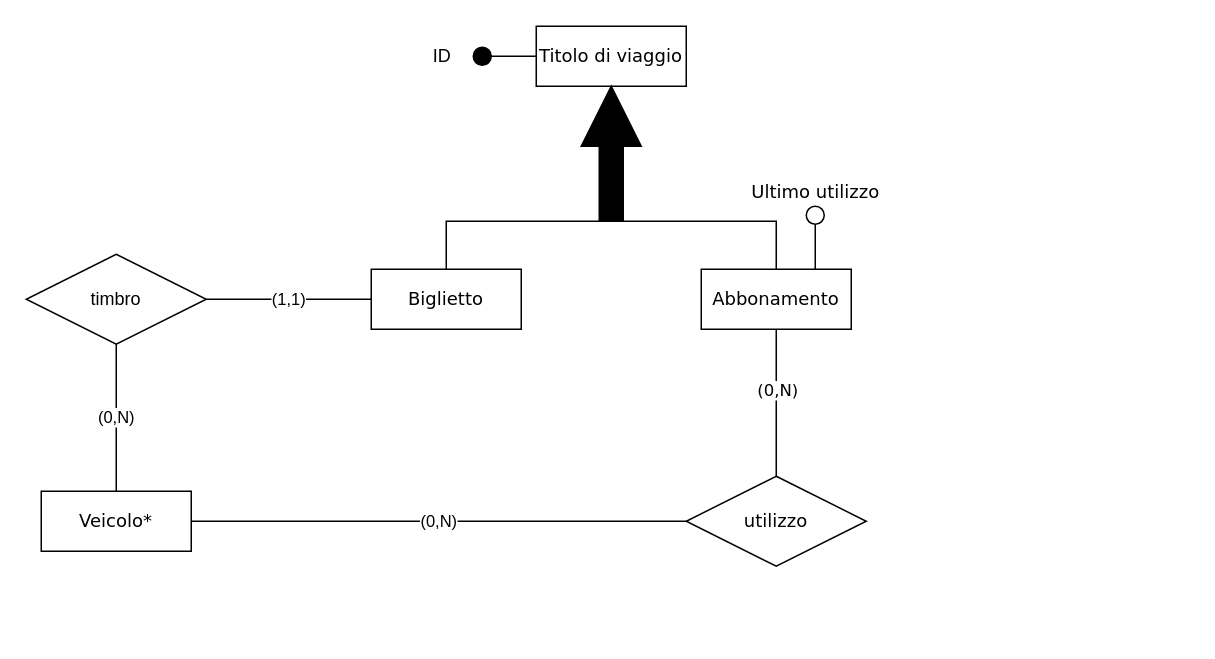
Above: page "Titoli di viaggio" (4 of 4) of doc/ER-Diagram.drawio in FNX-hub/Public-Transport-DB (draw.io), before the change. Source tidied: cells renumbered, new cells numbered last; positions are measured from the earlier drawing's top-left corner, leaving out a move shared by most shapes. Both pictures are drawn from the tidied source at 150%, with x=0, y=0 at pixel (26, 26).
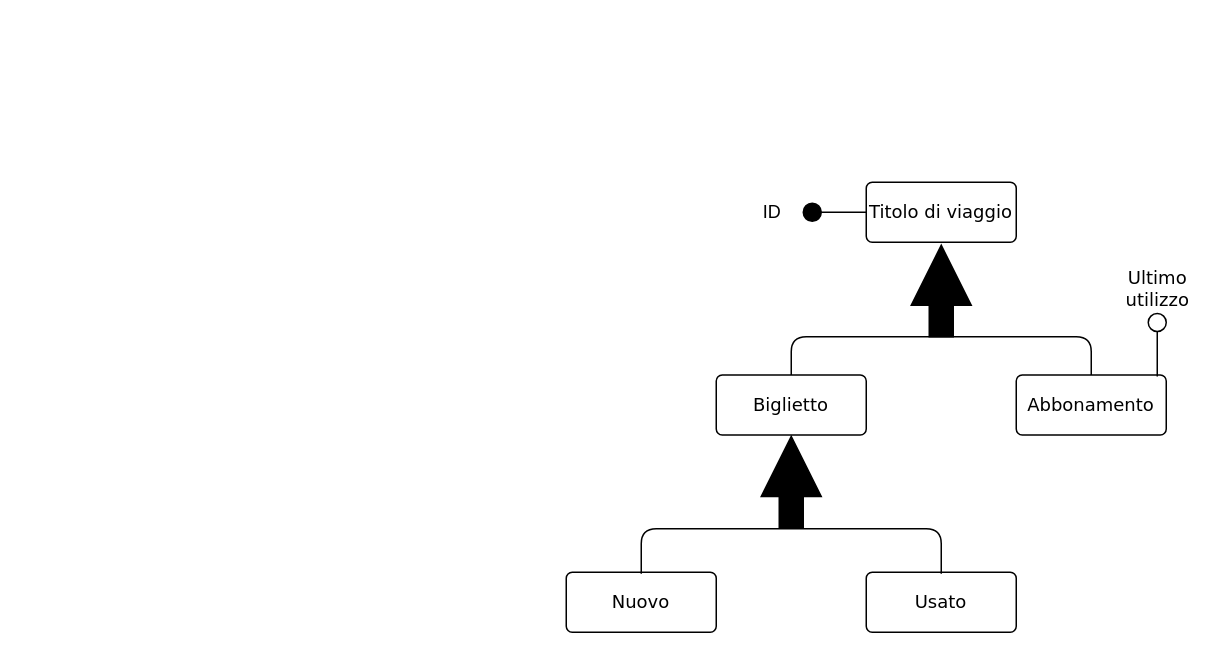
The same diagram, later.

The edit, as a diff of the source:
```diff
@@
 <mxGraphModel>
   <root>
-    <mxCell id="0" />
-    <mxCell id="1" parent="0" />
+    <mxCell id="17" />
+    <mxCell id="18" parent="17" />
-    <mxCell id="2" value="Biglietto" style="arcSize=10;whiteSpace=wrap;html=1;align=center;fillColor=#FFFFFF;fillStyle=solid;fontFamily=Verdana;rounded=0;" parent="1" vertex="1">
-      <mxGeometry x="230" y="162" width="100" height="40" as="geometry" />
+    <mxCell id="2" value="Biglietto" style="arcSize=10;whiteSpace=wrap;html=1;align=center;fillColor=#FFFFFF;fillStyle=solid;fontFamily=Verdana;rounded=1;" parent="18" vertex="1">
+      <mxGeometry x="460" y="232.5" width="100" height="40" as="geometry" />
     </mxCell>
-    <mxCell id="3" value="Abbonamento" style="arcSize=10;whiteSpace=wrap;html=1;align=center;fillColor=#FFFFFF;fillStyle=solid;fontFamily=Verdana;rounded=0;" parent="1" vertex="1">
-      <mxGeometry x="450" y="162" width="100" height="40" as="geometry" />
+    <mxCell id="3" value="Abbonamento" style="arcSize=10;whiteSpace=wrap;html=1;align=center;fillColor=#FFFFFF;fillStyle=solid;fontFamily=Verdana;rounded=1;" parent="18" vertex="1">
+      <mxGeometry x="660" y="232.5" width="100" height="40" as="geometry" />
     </mxCell>
-    <mxCell id="4" value="Ultimo utilizzo" style="shape=mxgraph.pid.fittings.open_disc;html=1;align=center;verticalLabelPosition=top;verticalAlign=bottom;dashed=0;labelPosition=center;fontFamily=Verdana;rounded=0;" parent="1" vertex="1">
-      <mxGeometry x="520" y="120" width="12" height="42" as="geometry" />
+    <mxCell id="4" value="&lt;div&gt;Ultimo&lt;/div&gt;&lt;div&gt;utilizzo&lt;/div&gt;" style="shape=mxgraph.pid.fittings.open_disc;html=1;align=center;verticalLabelPosition=top;verticalAlign=bottom;dashed=0;labelPosition=center;fontFamily=Verdana;rounded=1;" parent="18" vertex="1">
+      <mxGeometry x="748" y="191.5" width="12" height="42" as="geometry" />
     </mxCell>
-    <mxCell id="5" value="Titolo di viaggio" style="arcSize=10;whiteSpace=wrap;html=1;align=center;fillColor=#FFFFFF;fillStyle=solid;fontFamily=Verdana;rounded=0;" parent="1" vertex="1">
-      <mxGeometry x="340" width="100" height="40" as="geometry" />
+    <mxCell id="5" value="Titolo di viaggio" style="arcSize=10;whiteSpace=wrap;html=1;align=center;fillColor=#FFFFFF;fillStyle=solid;fontFamily=Verdana;rounded=1;" parent="18" vertex="1">
+      <mxGeometry x="560" y="104" width="100" height="40" as="geometry" />
     </mxCell>
-    <mxCell id="6" style="html=1;shadow=0;dashed=0;align=center;verticalAlign=middle;shape=mxgraph.arrows2.arrow;dy=0.6;dx=40;direction=north;notch=0;fillStyle=solid;fontFamily=Verdana;fillColor=#000000;rounded=0;" parent="1" vertex="1">
-      <mxGeometry x="370" y="40" width="40" height="90" as="geometry" />
-    </mxCell>
+    <mxCell id="19" style="html=1;shadow=0;dashed=0;align=center;verticalAlign=middle;shape=mxgraph.arrows2.arrow;dy=0.6;dx=40;direction=north;notch=0;fillStyle=solid;fontFamily=Verdana;fillColor=#000000;rounded=1;" parent="18" vertex="1">
+      <mxGeometry x="590" y="146" width="40" height="61" as="geometry" />
+    </mxCell>
-    <mxCell id="7" style="endArrow=none;html=1;edgeStyle=elbowEdgeStyle;elbow=vertical;exitX=0.5;exitY=0;exitDx=0;exitDy=0;entryX=0.5;entryY=0;entryDx=0;entryDy=0;fontFamily=Verdana;rounded=0;" parent="1" edge="1" source="2" target="3">
+    <mxCell id="7" style="endArrow=none;html=1;edgeStyle=elbowEdgeStyle;elbow=vertical;exitX=0.5;exitY=0;exitDx=0;exitDy=0;entryX=0.5;entryY=0;entryDx=0;entryDy=0;fontFamily=Verdana;" parent="18" edge="1" source="2" target="3">
       <mxGeometry relative="1" as="geometry">
         <Array as="points">
-          <mxPoint x="380" y="130" />
+          <mxPoint x="657" y="207" />
+          <mxPoint x="610" y="197" />
+          <mxPoint x="618" y="181.5" />
+          <mxPoint x="778" y="167.5" />
         </Array>
       </mxGeometry>
     </mxCell>
-    <mxCell id="8" value="utilizzo" style="shape=rhombus;perimeter=rhombusPerimeter;whiteSpace=wrap;html=1;align=center;fillColor=#FFFFFF;fillStyle=solid;fontFamily=Verdana;rounded=0;" parent="1" vertex="1">
-      <mxGeometry x="440" y="300" width="120" height="60" as="geometry" />
-    </mxCell>
-    <mxCell id="9" value="Veicolo*" style="arcSize=10;whiteSpace=wrap;html=1;align=center;fillColor=#FFFFFF;fillStyle=solid;fontFamily=Verdana;strokeColor=#000000;rounded=0;" parent="1" vertex="1">
-      <mxGeometry x="10" y="310" width="100" height="40" as="geometry" />
-    </mxCell>
-    <mxCell id="10" style="endArrow=none;html=1;exitX=0.5;exitY=1;exitDx=0;exitDy=0;entryX=0.5;entryY=0;entryDx=0;entryDy=0;rounded=0;" parent="1" edge="1" source="3" target="8">
-      <mxGeometry relative="1" as="geometry" />
-    </mxCell>
-    <mxCell id="11" value="(0,N)" style="edgeLabel;html=1;align=center;verticalAlign=middle;fontFamily=Verdana;rounded=0;" parent="10" vertex="1">
-      <mxGeometry x="-0.19" relative="1" as="geometry" />
-    </mxCell>
-    <mxCell id="12" value="(0,N)" style="endArrow=none;html=1;entryX=0;entryY=0.5;entryDx=0;entryDy=0;rounded=0;exitX=1;exitY=0.5;exitDx=0;exitDy=0;" parent="1" edge="1" source="9" target="8">
-      <mxGeometry relative="1" as="geometry" />
-    </mxCell>
-    <mxCell id="13" value="&lt;div&gt;ID&lt;/div&gt;" style="shape=mxgraph.pid.fittings.blind_disc;html=1;align=center;verticalLabelPosition=middle;verticalAlign=middle;dashed=0;labelPosition=left;direction=north;rounded=0;" parent="1" vertex="1">
-      <mxGeometry x="298" y="14" width="42" height="12" as="geometry" />
+    <mxCell id="13" value="&lt;div&gt;ID&lt;/div&gt;" style="shape=mxgraph.pid.fittings.blind_disc;html=1;align=center;verticalLabelPosition=middle;verticalAlign=middle;dashed=0;labelPosition=left;direction=north;rounded=1;" parent="18" vertex="1">
+      <mxGeometry x="518" y="118" width="42" height="12" as="geometry" />
     </mxCell>
-    <mxCell id="14" value="timbro" style="shape=rhombus;perimeter=rhombusPerimeter;whiteSpace=wrap;html=1;align=center;fillColor=#FFFFFF;" parent="1" vertex="1">
-      <mxGeometry y="152" width="120" height="60" as="geometry" />
-    </mxCell>
-    <mxCell id="15" value="(1,1)" style="endArrow=none;html=1;rounded=0;entryX=0;entryY=0.5;entryDx=0;entryDy=0;exitX=1;exitY=0.5;exitDx=0;exitDy=0;" parent="1" edge="1" source="14" target="2">
-      <mxGeometry relative="1" as="geometry" />
-    </mxCell>
-    <mxCell id="16" value="(0,N)" style="endArrow=none;html=1;rounded=0;entryX=0.5;entryY=1;entryDx=0;entryDy=0;exitX=0.5;exitY=0;exitDx=0;exitDy=0;" parent="1" edge="1" source="9" target="14">
-      <mxGeometry relative="1" as="geometry" />
-    </mxCell>
+    <mxCell id="20" value="Nuovo" style="arcSize=10;whiteSpace=wrap;html=1;align=center;fillColor=#FFFFFF;fillStyle=solid;fontFamily=Verdana;rounded=1;" parent="18" vertex="1">
+      <mxGeometry x="360" y="364" width="100" height="40" as="geometry" />
+    </mxCell>
+    <mxCell id="21" value="Usato" style="arcSize=10;whiteSpace=wrap;html=1;align=center;fillColor=#FFFFFF;fillStyle=solid;fontFamily=Verdana;rounded=1;" parent="18" vertex="1">
+      <mxGeometry x="560" y="364" width="100" height="40" as="geometry" />
+    </mxCell>
+    <mxCell id="22" style="html=1;shadow=0;dashed=0;align=center;verticalAlign=middle;shape=mxgraph.arrows2.arrow;dy=0.6;dx=40;direction=north;notch=0;fillStyle=solid;fontFamily=Verdana;fillColor=#000000;rounded=1;" parent="18" vertex="1">
+      <mxGeometry x="490" y="273.5" width="40" height="61" as="geometry" />
+    </mxCell>
+    <mxCell id="23" style="endArrow=none;html=1;edgeStyle=elbowEdgeStyle;elbow=vertical;fontFamily=Verdana;exitX=0.5;exitY=0;exitDx=0;exitDy=0;entryX=0.5;entryY=0;entryDx=0;entryDy=0;" parent="18" edge="1">
+      <mxGeometry relative="1" as="geometry">
+        <mxPoint x="410" y="365" as="sourcePoint" />
+        <mxPoint x="610" y="365" as="targetPoint" />
+        <Array as="points">
+          <mxPoint x="518" y="335" />
+          <mxPoint x="678" y="321" />
+        </Array>
+      </mxGeometry>
+    </mxCell>
   </root>
 </mxGraphModel>
```
